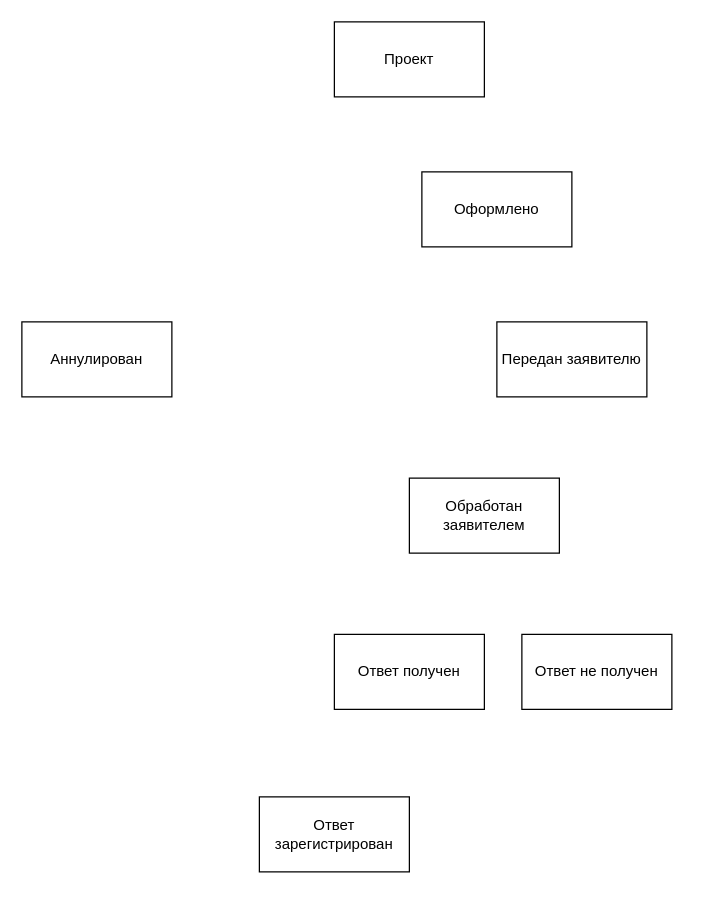
The draw.io diagram Domain/Requests/CSApplicantReqeust.States.Statemachine.drawio in davyd0ff/so-line-grls, before the edit. Source tidied: cells renumbered, new cells numbered last; positions are measured from the earlier drawing's top-left corner, leaving out a move shared by most shapes. Both pictures are drawn from the tidied source at 125%, with x=0, y=0 at pixel (21, 21).
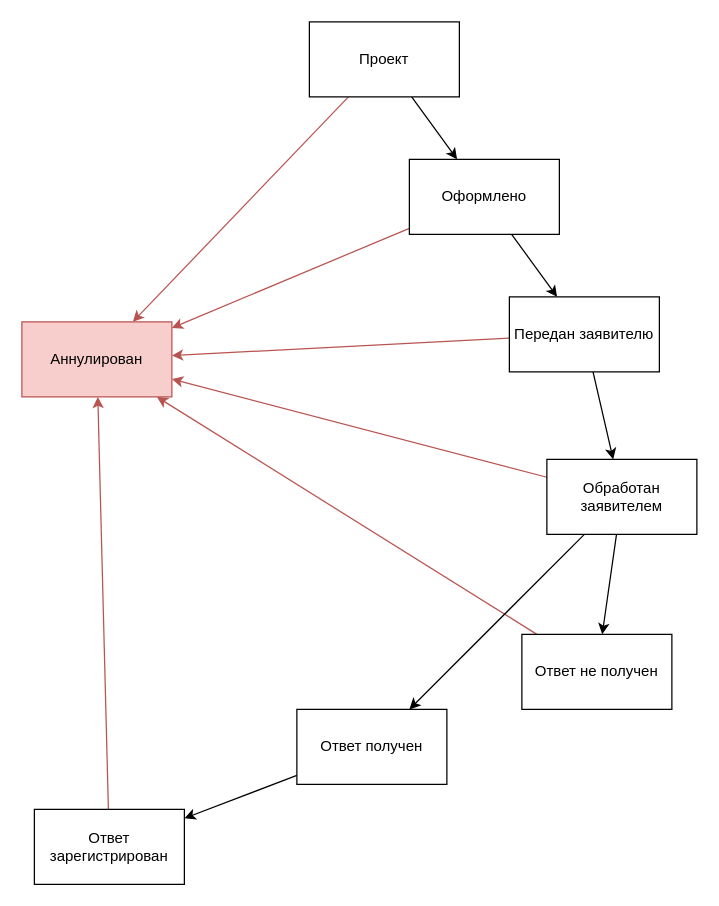
After the change.

Unchanged cells that the change refers to:
```xml
<mxCell id="7" value="Ответ не получен" style="rounded=0;whiteSpace=wrap;html=1;" parent="1" vertex="1">
  <mxGeometry x="400" y="490" width="120" height="60" as="geometry" />
</mxCell>
```

What changed in the source:
```diff
@@
+    <mxCell id="10" style="rounded=0;jettySize=auto;html=1;" parent="1" edge="1" source="2" target="3">
+      <mxGeometry relative="1" as="geometry" />
+    </mxCell>
+    <mxCell id="11" style="edgeStyle=none;rounded=0;jettySize=auto;html=1;fillColor=#f8cecc;strokeColor=#b85450;" parent="1" edge="1" source="2" target="8">
+      <mxGeometry relative="1" as="geometry" />
+    </mxCell>
     <mxCell id="2" value="Проект" style="rounded=0;whiteSpace=wrap;html=1;" parent="1" vertex="1">
-      <mxGeometry x="250" width="120" height="60" as="geometry" />
+      <mxGeometry x="230" width="120" height="60" as="geometry" />
     </mxCell>
+    <mxCell id="12" style="edgeStyle=none;rounded=0;jettySize=auto;html=1;" parent="1" edge="1" source="3" target="4">
+      <mxGeometry relative="1" as="geometry" />
+    </mxCell>
+    <mxCell id="13" style="edgeStyle=none;rounded=0;jettySize=auto;html=1;fillColor=#f8cecc;strokeColor=#b85450;" parent="1" edge="1" source="3" target="8">
+      <mxGeometry relative="1" as="geometry" />
+    </mxCell>
     <mxCell id="3" value="Оформлено" style="rounded=0;whiteSpace=wrap;html=1;" parent="1" vertex="1">
-      <mxGeometry x="320" y="120" width="120" height="60" as="geometry" />
+      <mxGeometry x="310" y="110" width="120" height="60" as="geometry" />
     </mxCell>
+    <mxCell id="14" style="edgeStyle=none;rounded=0;jettySize=auto;html=1;" parent="1" edge="1" source="4" target="9">
+      <mxGeometry relative="1" as="geometry" />
+    </mxCell>
+    <mxCell id="15" style="edgeStyle=none;rounded=0;jettySize=auto;html=1;fillColor=#f8cecc;strokeColor=#b85450;" parent="1" edge="1" source="4" target="8">
+      <mxGeometry relative="1" as="geometry" />
+    </mxCell>
     <mxCell id="4" value="Передан заявителю" style="rounded=0;whiteSpace=wrap;html=1;" parent="1" vertex="1">
-      <mxGeometry x="380" y="240" width="120" height="60" as="geometry" />
+      <mxGeometry x="390" y="220" width="120" height="60" as="geometry" />
     </mxCell>
+    <mxCell id="16" style="edgeStyle=none;rounded=0;jettySize=auto;html=1;fillColor=#f8cecc;strokeColor=#b85450;" parent="1" edge="1" source="5" target="8">
+      <mxGeometry relative="1" as="geometry" />
+    </mxCell>
     <mxCell id="5" value="Ответ зарегистрирован" style="rounded=0;whiteSpace=wrap;html=1;" parent="1" vertex="1">
-      <mxGeometry x="190" y="620" width="120" height="60" as="geometry" />
+      <mxGeometry x="10" y="630" width="120" height="60" as="geometry" />
     </mxCell>
+    <mxCell id="17" style="edgeStyle=none;rounded=0;jettySize=auto;html=1;" parent="1" edge="1" source="6" target="5">
+      <mxGeometry relative="1" as="geometry" />
+    </mxCell>
+    <mxCell id="18" style="edgeStyle=none;rounded=0;jettySize=auto;html=1;fillColor=#f8cecc;strokeColor=#b85450;" parent="1" edge="1" source="7" target="8">
+      <mxGeometry relative="1" as="geometry" />
+    </mxCell>
     <mxCell id="6" value="Ответ получен" style="rounded=0;whiteSpace=wrap;html=1;" parent="1" vertex="1">
-      <mxGeometry x="250" y="490" width="120" height="60" as="geometry" />
+      <mxGeometry x="220" y="550" width="120" height="60" as="geometry" />
     </mxCell>
@@
-    <mxCell id="8" value="Аннулирован" style="rounded=0;whiteSpace=wrap;html=1;" parent="1" vertex="1">
+    <mxCell id="8" value="Аннулирован" style="rounded=0;whiteSpace=wrap;html=1;fillColor=#f8cecc;strokeColor=#b85450;" parent="1" vertex="1">
       <mxGeometry y="240" width="120" height="60" as="geometry" />
     </mxCell>
+    <mxCell id="19" style="edgeStyle=none;rounded=0;jettySize=auto;html=1;" parent="1" edge="1" source="9" target="7">
+      <mxGeometry relative="1" as="geometry" />
+    </mxCell>
+    <mxCell id="20" style="edgeStyle=none;rounded=0;jettySize=auto;html=1;" parent="1" edge="1" source="9" target="6">
+      <mxGeometry relative="1" as="geometry" />
+    </mxCell>
+    <mxCell id="21" style="edgeStyle=none;rounded=0;jettySize=auto;html=1;fillColor=#f8cecc;strokeColor=#b85450;" parent="1" edge="1" source="9" target="8">
+      <mxGeometry relative="1" as="geometry" />
+    </mxCell>
     <mxCell id="9" value="Обработан заявителем" style="rounded=0;whiteSpace=wrap;html=1;" parent="1" vertex="1">
-      <mxGeometry x="310" y="365" width="120" height="60" as="geometry" />
+      <mxGeometry x="420" y="350" width="120" height="60" as="geometry" />
     </mxCell>
```
